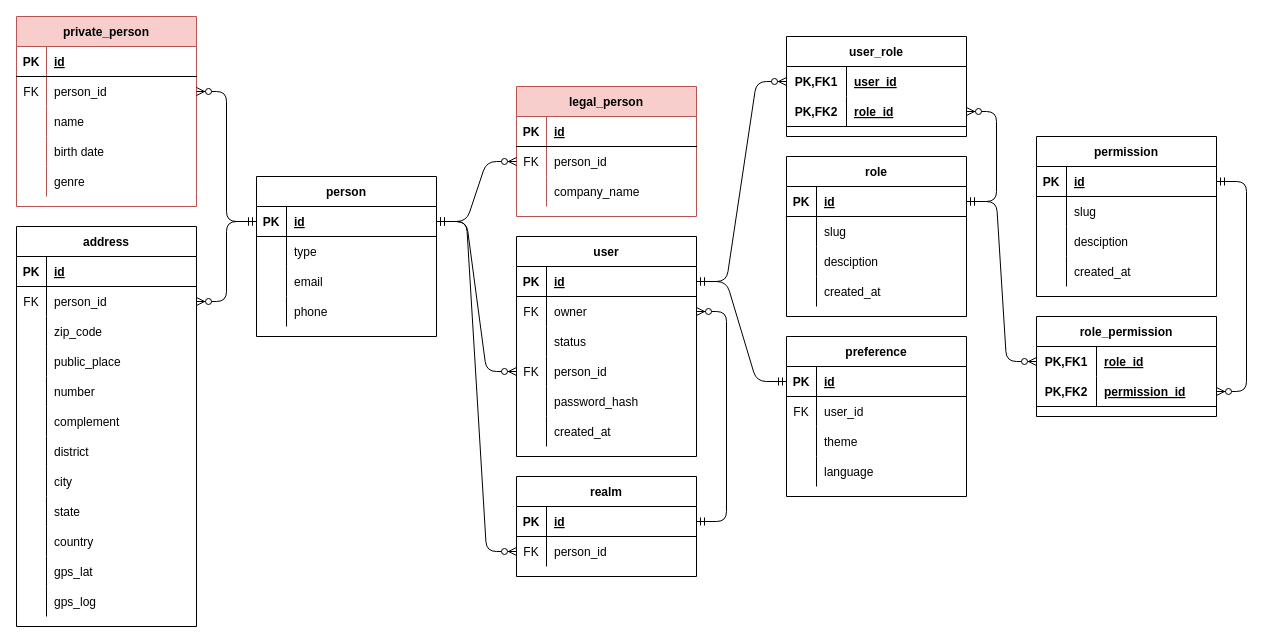
This is doc/baseacl.drawio from rafaelaraujobr/baseacl, a draw.io file, before an edit. Source tidied: cells renumbered, new cells numbered last; positions are measured from the earlier drawing's top-left corner, leaving out a move shared by most shapes. Both pictures are drawn from the tidied source at 100%, with x=0, y=0 at pixel (16, 16).
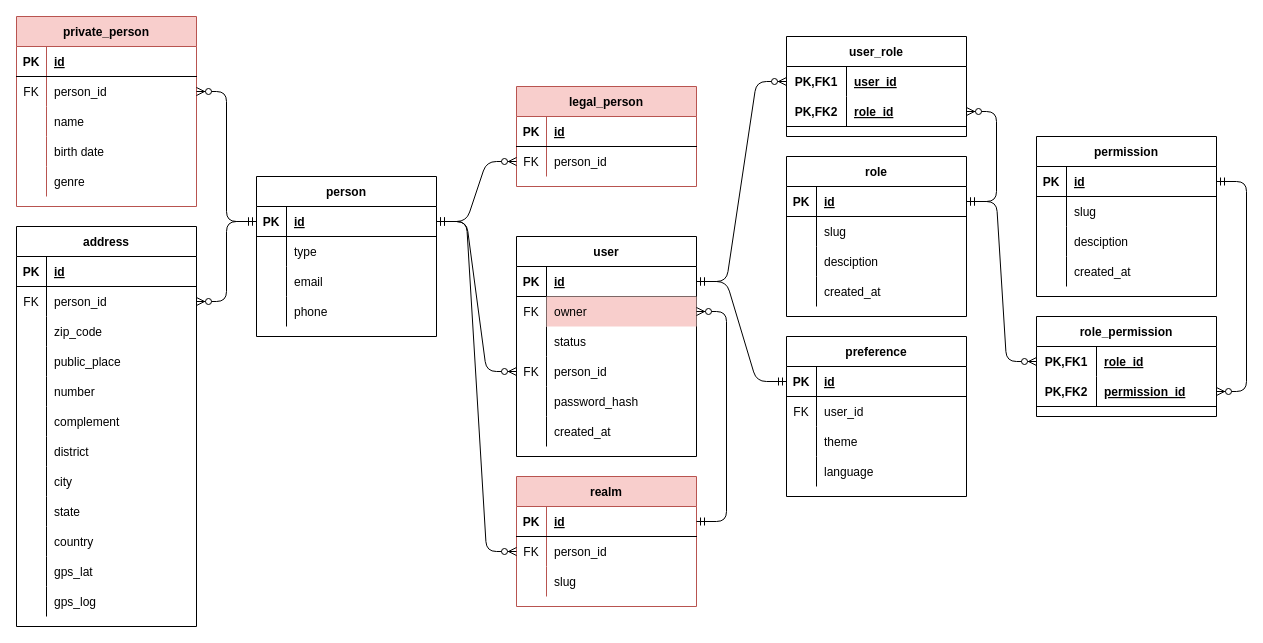
The same page after the edit.

Unchanged cells that the change refers to:
```xml
<mxCell id="6" style="shape=partialRectangle;fillColor=none;top=0;left=0;bottom=0;right=0;points=[[0,0.5],[1,0.5]];portConstraint=eastwest;" parent="2" vertex="1">
  <mxGeometry y="60" width="180" height="30" as="geometry" />
</mxCell>
```

Diff of the diagram source:
```diff
@@
-    <mxCell id="8" value="owner" style="shape=partialRectangle;fillColor=none;top=0;left=0;bottom=0;right=0;align=left;spacingLeft=6;overflow=hidden;" parent="6" vertex="1">
+    <mxCell id="8" value="owner" style="shape=partialRectangle;fillColor=#f8cecc;top=0;left=0;bottom=0;right=0;align=left;spacingLeft=6;overflow=hidden;strokeColor=#b85450;" parent="6" vertex="1">
       <mxGeometry x="30" width="150" height="30" as="geometry" />
     </mxCell>
@@
     <mxCell id="147" value="legal_person" style="shape=table;startSize=30;childLayout=tableLayout;rowLines=0;fontStyle=1;align=center;fillColor=#f8cecc;strokeColor=#b85450;" parent="1" vertex="1">
-      <mxGeometry x="500" y="70" width="180" height="130" as="geometry" />
+      <mxGeometry x="500" y="70" width="180" height="100" as="geometry" />
     </mxCell>
@@
-    <mxCell id="154" style="shape=partialRectangle;fillColor=none;top=0;left=0;bottom=0;right=0;" parent="147" vertex="1">
-      <mxGeometry y="90" width="180" height="30" as="geometry" />
-    </mxCell>
-    <mxCell id="155" style="shape=partialRectangle;fillColor=none;top=0;left=0;bottom=0;right=0;overflow=hidden;" parent="154" vertex="1">
-      <mxGeometry width="30" height="30" as="geometry" />
-    </mxCell>
-    <mxCell id="156" value="company_name" style="shape=partialRectangle;fillColor=none;top=0;left=0;bottom=0;right=0;align=left;spacingLeft=6;overflow=hidden;" parent="154" vertex="1">
-      <mxGeometry x="30" width="150" height="30" as="geometry" />
-    </mxCell>
-    <mxCell id="157" value="realm" style="shape=table;startSize=30;childLayout=tableLayout;rowLines=0;fontStyle=1;align=center;" parent="1" vertex="1">
-      <mxGeometry x="500" y="460" width="180" height="100" as="geometry" />
+    <mxCell id="157" value="realm" style="shape=table;startSize=30;childLayout=tableLayout;rowLines=0;fontStyle=1;align=center;fillColor=#f8cecc;strokeColor=#b85450;" parent="1" vertex="1">
+      <mxGeometry x="500" y="460" width="180" height="130" as="geometry" />
     </mxCell>
@@
+    <mxCell id="154" style="shape=partialRectangle;fillColor=none;top=0;left=0;bottom=0;right=0;" parent="157" vertex="1">
+      <mxGeometry y="90" width="180" height="30" as="geometry" />
+    </mxCell>
+    <mxCell id="155" style="shape=partialRectangle;fillColor=none;top=0;left=0;bottom=0;right=0;overflow=hidden;" parent="154" vertex="1">
+      <mxGeometry width="30" height="30" as="geometry" />
+    </mxCell>
+    <mxCell id="168" value="slug" style="shape=partialRectangle;fillColor=none;top=0;left=0;bottom=0;right=0;align=left;spacingLeft=6;overflow=hidden;" parent="154" vertex="1">
+      <mxGeometry x="30" width="150" height="30" as="geometry" />
+    </mxCell>
```
